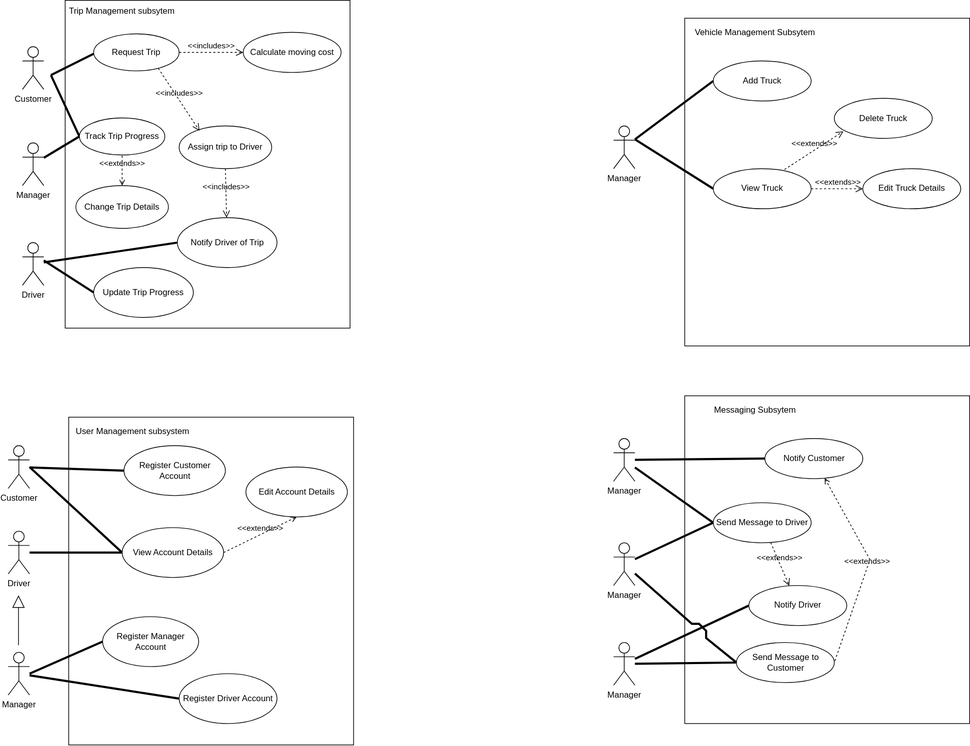
Earlier version of the draw.io export draft1.drawio.svg (KarenM-tech/diagrams). Source tidied: cells renumbered, new cells last; positions are measured from the earlier drawing's top-left corner, leaving out a move shared by most shapes.
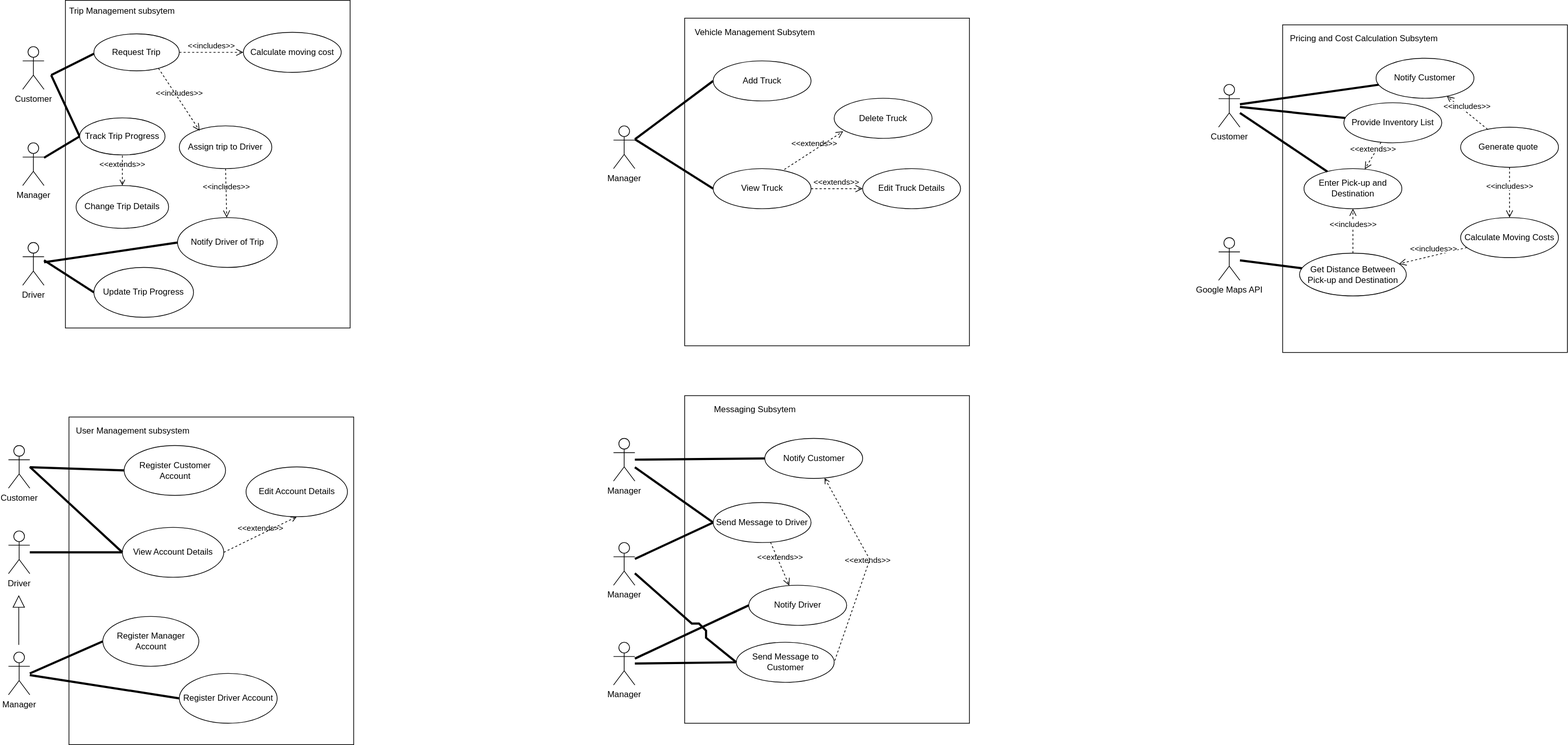
After the change.

Commit message:
Add Pricing and Cost Calculation Subsystem

Diff of the diagram source:
```diff
@@ -236,5 +236,62 @@
         </Array>
       </mxGeometry>
     </mxCell>
+    <mxCell id="70" style="rounded=0;whiteSpace=wrap;html=1;rotation=-180;direction=south;" parent="1" vertex="1">
+      <mxGeometry x="1790" y="34.4" width="400" height="460" as="geometry" />
+    </mxCell>
+    <mxCell id="71" value="Pricing and Cost Calculation Subsytem" style="text;strokeColor=none;align=center;fillColor=none;html=1;verticalAlign=middle;whiteSpace=wrap;rounded=0;" parent="1" vertex="1">
+      <mxGeometry x="1798.8" y="44.4" width="211.2" height="20" as="geometry" />
+    </mxCell>
+    <mxCell id="72" value="Customer" style="shape=umlActor;verticalLabelPosition=bottom;verticalAlign=top;html=1;outlineConnect=0;" parent="1" vertex="1">
+      <mxGeometry x="1700" y="118" width="30" height="60" as="geometry" />
+    </mxCell>
+    <mxCell id="73" value="Google Maps API" style="shape=umlActor;verticalLabelPosition=bottom;verticalAlign=top;html=1;outlineConnect=0;" parent="1" vertex="1">
+      <mxGeometry x="1700" y="333.1" width="30" height="60" as="geometry" />
+    </mxCell>
+    <mxCell id="74" value="Enter Pick-up and Destination" style="ellipse;whiteSpace=wrap;html=1;" parent="1" vertex="1">
+      <mxGeometry x="1820" y="236.2" width="137.5" height="56.2" as="geometry" />
+    </mxCell>
+    <mxCell id="75" value="Get Distance Between Pick-up and Destination" style="ellipse;whiteSpace=wrap;html=1;" parent="1" vertex="1">
+      <mxGeometry x="1813.8" y="355" width="150" height="60" as="geometry" />
+    </mxCell>
+    <mxCell id="76" value="Calculate Moving Costs" style="ellipse;whiteSpace=wrap;html=1;" parent="1" vertex="1">
+      <mxGeometry x="2040" y="305" width="137.5" height="56.2" as="geometry" />
+    </mxCell>
+    <mxCell id="77" value="Provide Inventory List" style="ellipse;whiteSpace=wrap;html=1;" parent="1" vertex="1">
+      <mxGeometry x="1876" y="143.8" width="137.5" height="56.2" as="geometry" />
+    </mxCell>
+    <mxCell id="78" value="Generate quote&amp;nbsp;" style="ellipse;whiteSpace=wrap;html=1;" parent="1" vertex="1">
+      <mxGeometry x="2040" y="178.1" width="137.5" height="56.2" as="geometry" />
+    </mxCell>
+    <mxCell id="79" value="Notify Customer" style="ellipse;whiteSpace=wrap;html=1;" parent="1" vertex="1">
+      <mxGeometry x="1921.2" y="81.2" width="137.5" height="56.2" as="geometry" />
+    </mxCell>
+    <mxCell id="80" style="endArrow=none;startArrow=none;endFill=0;startFill=0;endSize=8;html=1;verticalAlign=bottom;labelBackgroundColor=none;strokeWidth=3;rounded=0;" parent="1" edge="1" source="72" target="74">
+      <mxGeometry relative="1" as="geometry" />
+    </mxCell>
+    <mxCell id="81" style="endArrow=none;startArrow=none;endFill=0;startFill=0;endSize=8;html=1;verticalAlign=bottom;labelBackgroundColor=none;strokeWidth=3;rounded=0;" parent="1" edge="1" source="72" target="77">
+      <mxGeometry relative="1" as="geometry" />
+    </mxCell>
+    <mxCell id="82" style="endArrow=none;startArrow=none;endFill=0;startFill=0;endSize=8;html=1;verticalAlign=bottom;labelBackgroundColor=none;strokeWidth=3;rounded=0;" parent="1" edge="1" source="73" target="75">
+      <mxGeometry relative="1" as="geometry" />
+    </mxCell>
+    <mxCell id="83" value="&lt;span style=&quot;background-color: light-dark(#ffffff, var(--ge-dark-color, #121212));&quot;&gt;&amp;lt;&amp;lt;includes&amp;gt;&amp;gt;&lt;/span&gt;" style="endArrow=open;startArrow=none;endFill=0;startFill=0;endSize=8;html=1;verticalAlign=bottom;dashed=1;labelBackgroundColor=none;rounded=0;" parent="1" edge="1" source="75" target="74">
+      <mxGeometry relative="1" as="geometry" />
+    </mxCell>
+    <mxCell id="84" value="&lt;span style=&quot;background-color: light-dark(#ffffff, var(--ge-dark-color, #121212));&quot;&gt;&amp;lt;&amp;lt;includes&amp;gt;&amp;gt;&lt;/span&gt;" style="endArrow=open;startArrow=none;endFill=0;startFill=0;endSize=8;html=1;verticalAlign=bottom;dashed=1;labelBackgroundColor=none;rounded=0;" parent="1" edge="1" source="76" target="75">
+      <mxGeometry relative="1" as="geometry" />
+    </mxCell>
+    <mxCell id="85" value="&lt;span style=&quot;background-color: light-dark(#ffffff, var(--ge-dark-color, #121212));&quot;&gt;&amp;lt;&amp;lt;includes&amp;gt;&amp;gt;&lt;/span&gt;" style="endArrow=open;startArrow=none;endFill=0;startFill=0;endSize=8;html=1;verticalAlign=bottom;dashed=1;labelBackgroundColor=none;rounded=0;" parent="1" edge="1" source="78" target="76">
+      <mxGeometry relative="1" as="geometry" />
+    </mxCell>
+    <mxCell id="86" style="endArrow=none;startArrow=none;endFill=0;startFill=0;endSize=8;html=1;verticalAlign=bottom;labelBackgroundColor=none;strokeWidth=3;rounded=0;" parent="1" edge="1" source="72" target="79">
+      <mxGeometry relative="1" as="geometry" />
+    </mxCell>
+    <mxCell id="87" value="&lt;span style=&quot;background-color: light-dark(#ffffff, var(--ge-dark-color, #121212));&quot;&gt;&amp;lt;&amp;lt;includes&amp;gt;&amp;gt;&lt;/span&gt;" style="endArrow=open;startArrow=none;endFill=0;startFill=0;endSize=8;html=1;verticalAlign=bottom;dashed=1;labelBackgroundColor=none;rounded=0;" parent="1" edge="1" source="78" target="79">
+      <mxGeometry relative="1" as="geometry" />
+    </mxCell>
+    <mxCell id="88" value="&lt;span style=&quot;background-color: light-dark(#ffffff, var(--ge-dark-color, #121212));&quot;&gt;&amp;lt;&amp;lt;extends&amp;gt;&amp;gt;&lt;/span&gt;" style="endArrow=open;startArrow=none;endFill=0;startFill=0;endSize=8;html=1;verticalAlign=bottom;dashed=1;labelBackgroundColor=none;rounded=0;" parent="1" edge="1" source="77" target="74">
+      <mxGeometry relative="1" as="geometry" />
+    </mxCell>
   </root>
 </mxGraphModel>
```
